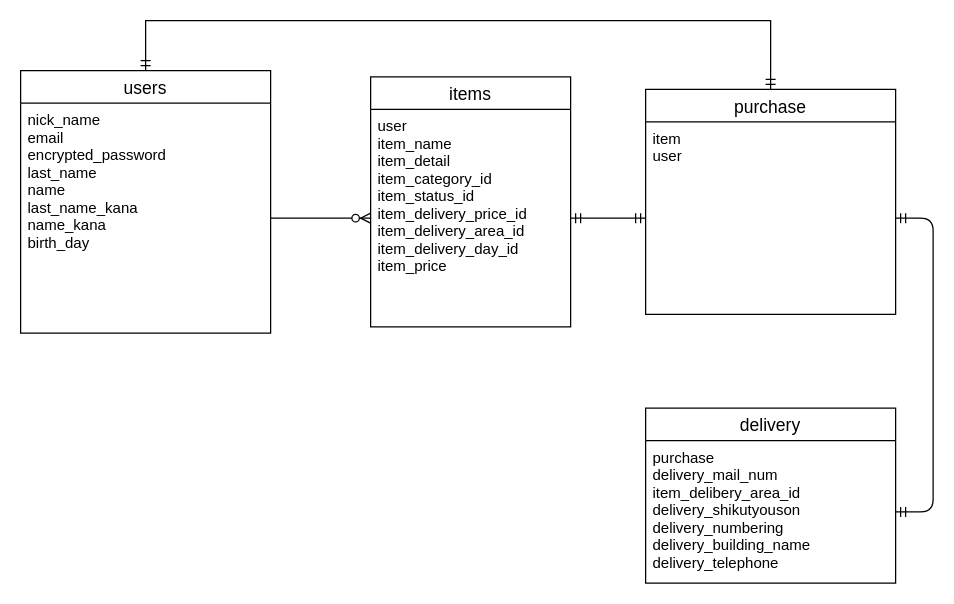
Before: DB.dio in yo108039/furima-32329, a draw.io diagram. Source tidied: cells renumbered, new cells numbered last; positions are measured from the earlier drawing's top-left corner, leaving out a move shared by most shapes. Both pictures are drawn from the tidied source at 125%, with x=0, y=0 at pixel (20, 20).
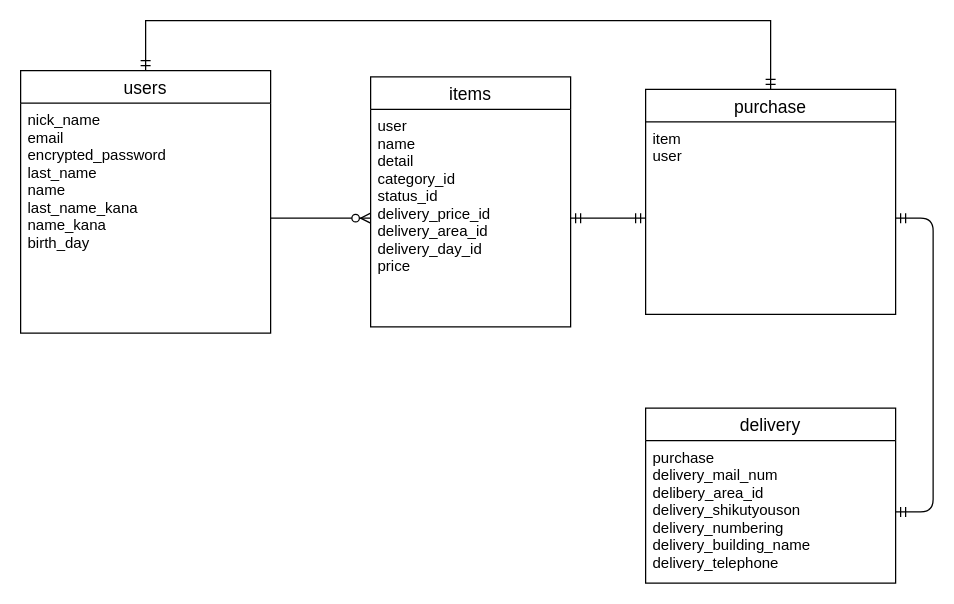
After the change.

Commit message (it also covers changes not shown here):
データベース設計(レビュー後修正 - 6回目)

The edit, as a diff of the source:
```diff
@@
 <mxGraphModel>
   <root>
     <mxCell id="0" />
     <mxCell id="1" parent="0" />
     <mxCell id="2" value="users" style="swimlane;fontStyle=0;horizontal=1;startSize=26;align=center;fontSize=14;" parent="1" vertex="1">
       <mxGeometry y="40" width="200" height="210" as="geometry" />
     </mxCell>
     <mxCell id="3" value="nick_name&#10;email&#10;encrypted_password&#10;last_name&#10;name&#10;last_name_kana&#10;name_kana&#10;birth_day&#10;" style="text;strokeColor=none;fillColor=none;spacingLeft=4;spacingRight=4;overflow=hidden;points=[[0,0.5],[1,0.5]];portConstraint=eastwest;fontSize=12;" parent="2" vertex="1">
       <mxGeometry y="26" width="200" height="184" as="geometry" />
     </mxCell>
     <mxCell id="4" value="items" style="swimlane;fontStyle=0;horizontal=1;startSize=26;align=center;fontSize=14;" parent="1" vertex="1">
       <mxGeometry x="280" y="45" width="160" height="200" as="geometry" />
     </mxCell>
-    <mxCell id="5" value="user&#10;item_name&#10;item_detail&#10;item_category_id&#10;item_status_id&#10;item_delivery_price_id&#10;item_delivery_area_id&#10;item_delivery_day_id&#10;item_price" style="text;strokeColor=none;fillColor=none;spacingLeft=4;spacingRight=4;overflow=hidden;points=[[0,0.5],[1,0.5]];portConstraint=eastwest;fontSize=12;" parent="4" vertex="1">
+    <mxCell id="5" value="user&#10;name&#10;detail&#10;category_id&#10;status_id&#10;delivery_price_id&#10;delivery_area_id&#10;delivery_day_id&#10;price" style="text;strokeColor=none;fillColor=none;spacingLeft=4;spacingRight=4;overflow=hidden;points=[[0,0.5],[1,0.5]];portConstraint=eastwest;fontSize=12;" parent="4" vertex="1">
       <mxGeometry y="26" width="160" height="174" as="geometry" />
     </mxCell>
     <mxCell id="6" style="edgeStyle=orthogonalEdgeStyle;rounded=0;jettySize=auto;html=1;exitX=0.5;exitY=0;exitDx=0;exitDy=0;entryX=0.5;entryY=0;entryDx=0;entryDy=0;endArrow=ERmandOne;endFill=0;startArrow=ERmandOne;startFill=0;" parent="1" edge="1" source="7" target="2">
       <mxGeometry relative="1" as="geometry">
         <Array as="points">
           <mxPoint x="600" />
           <mxPoint x="100" />
         </Array>
       </mxGeometry>
     </mxCell>
     <mxCell id="7" value="purchase" style="swimlane;fontStyle=0;horizontal=1;startSize=26;align=center;fontSize=14;" parent="1" vertex="1">
       <mxGeometry x="500" y="55" width="200" height="180" as="geometry" />
     </mxCell>
     <mxCell id="8" value="item&#10;user&#10;" style="text;strokeColor=none;fillColor=none;spacingLeft=4;spacingRight=4;overflow=hidden;points=[[0,0.5],[1,0.5]];portConstraint=eastwest;fontSize=12;" parent="7" vertex="1">
       <mxGeometry y="26" width="200" height="154" as="geometry" />
     </mxCell>
     <mxCell id="9" value="delivery" style="swimlane;fontStyle=0;horizontal=1;startSize=26;align=center;fontSize=14;" parent="1" vertex="1">
       <mxGeometry x="500" y="310" width="200" height="140" as="geometry" />
     </mxCell>
-    <mxCell id="10" value="purchase&#10;delivery_mail_num&#10;item_delibery_area_id&#10;delivery_shikutyouson&#10;delivery_numbering&#10;delivery_building_name&#10;delivery_telephone&#10;" style="text;strokeColor=none;fillColor=none;spacingLeft=4;spacingRight=4;overflow=hidden;points=[[0,0.5],[1,0.5]];portConstraint=eastwest;fontSize=12;" parent="9" vertex="1">
+    <mxCell id="10" value="purchase&#10;delivery_mail_num&#10;delibery_area_id&#10;delivery_shikutyouson&#10;delivery_numbering&#10;delivery_building_name&#10;delivery_telephone&#10;" style="text;strokeColor=none;fillColor=none;spacingLeft=4;spacingRight=4;overflow=hidden;points=[[0,0.5],[1,0.5]];portConstraint=eastwest;fontSize=12;" parent="9" vertex="1">
       <mxGeometry y="26" width="200" height="114" as="geometry" />
     </mxCell>
     <mxCell id="11" style="edgeStyle=entityRelationEdgeStyle;fontSize=12;html=1;endArrow=ERzeroToMany;endFill=1;entryX=0;entryY=0.5;entryDx=0;entryDy=0;" parent="1" edge="1" source="3" target="5">
       <mxGeometry relative="1" as="geometry" />
     </mxCell>
     <mxCell id="12" style="edgeStyle=entityRelationEdgeStyle;fontSize=12;html=1;endArrow=ERmandOne;startArrow=ERmandOne;shadow=0;exitX=1;exitY=0.5;exitDx=0;exitDy=0;entryX=0;entryY=0.5;entryDx=0;entryDy=0;" parent="1" edge="1" source="5" target="8">
       <mxGeometry relative="1" as="geometry" />
     </mxCell>
     <mxCell id="13" style="edgeStyle=entityRelationEdgeStyle;fontSize=12;html=1;endArrow=ERmandOne;startArrow=ERmandOne;shadow=0;entryX=1;entryY=0.5;entryDx=0;entryDy=0;" parent="1" edge="1" source="8" target="10">
       <mxGeometry relative="1" as="geometry" />
     </mxCell>
   </root>
 </mxGraphModel>
```
